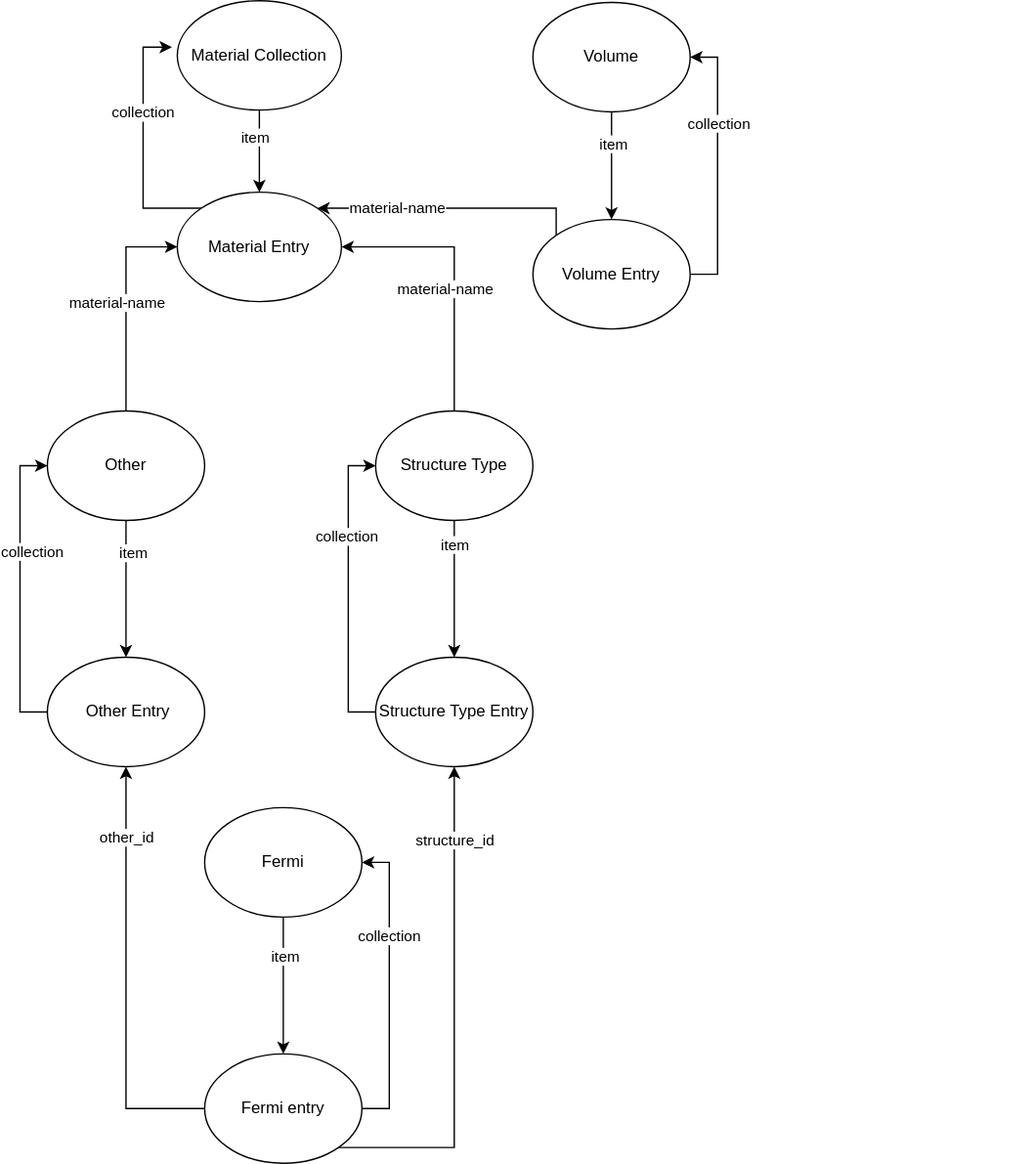
mbagheri20/PWP keeps this draw.io diagram as dl3diagram.svg. Above is the earlier version. Source tidied: cells renumbered, new cells last; positions are measured from the earlier drawing's top-left corner, leaving out a move shared by most shapes. Its diagram source:
```xml
<mxGraphModel>
  <root>
    <mxCell id="0" />
    <mxCell id="1" parent="0" />
    <mxCell id="2" style="group;" parent="1" vertex="1">
      <mxGeometry x="470" y="220" width="250" height="240" as="geometry" />
    </mxCell>
    <mxCell id="3" style="edgeStyle=orthogonalEdgeStyle;rounded=0;jettySize=auto;html=1;exitX=0;exitY=0;exitDx=0;exitDy=0;entryX=-0.033;entryY=0.425;entryDx=0;entryDy=0;entryPerimeter=0;" parent="1" edge="1" source="5" target="8">
      <mxGeometry relative="1" as="geometry">
        <Array as="points">
          <mxPoint x="70" y="152" />
          <mxPoint x="70" y="34" />
        </Array>
      </mxGeometry>
    </mxCell>
    <mxCell id="4" value="collection" style="edgeLabel;html=1;align=center;verticalAlign=middle;" parent="3" vertex="1">
      <mxGeometry x="0.25" y="1" relative="1" as="geometry" />
    </mxCell>
    <mxCell id="5" value="Material Entry" style="ellipse;whiteSpace=wrap;html=1;" parent="1" vertex="1">
      <mxGeometry x="95" y="140" width="120" height="80" as="geometry" />
    </mxCell>
    <mxCell id="6" style="edgeStyle=orthogonalEdgeStyle;rounded=0;jettySize=auto;html=1;exitX=0.5;exitY=1;exitDx=0;exitDy=0;entryX=0.5;entryY=0;entryDx=0;entryDy=0;" parent="1" edge="1" source="8" target="5">
      <mxGeometry relative="1" as="geometry" />
    </mxCell>
    <mxCell id="7" value="item" style="edgeLabel;html=1;align=center;verticalAlign=middle;" parent="6" vertex="1">
      <mxGeometry x="-0.35" y="-4" relative="1" as="geometry" />
    </mxCell>
    <mxCell id="8" value="Material Collection" style="ellipse;whiteSpace=wrap;html=1;" parent="1" vertex="1">
      <mxGeometry x="95" width="120" height="80" as="geometry" />
    </mxCell>
    <mxCell id="9" style="edgeStyle=orthogonalEdgeStyle;rounded=0;jettySize=auto;html=1;exitX=0.5;exitY=1;exitDx=0;exitDy=0;entryX=0.5;entryY=0;entryDx=0;entryDy=0;" parent="1" edge="1" source="11" target="27">
      <mxGeometry relative="1" as="geometry">
        <Array as="points">
          <mxPoint x="413" y="110" />
        </Array>
      </mxGeometry>
    </mxCell>
    <mxCell id="10" value="item" style="edgeLabel;html=1;align=center;verticalAlign=middle;" parent="9" vertex="1">
      <mxGeometry x="-0.41" y="1" relative="1" as="geometry" />
    </mxCell>
    <mxCell id="11" value="Volume&lt;span style=&quot;color: rgba(0 , 0 , 0 , 0) ; font-family: monospace ; font-size: 0px&quot;&gt;%3CmxGraphModel%3E%3Croot%3E%3CmxCell%20id%3D%220%22%2F%3E%3CmxCell%20id%3D%221%22%20parent%3D%220%22%2F%3E%3CmxCell%20id%3D%222%22%20value%3D%22Material%22%20style%3D%22ellipse%3BwhiteSpace%3Dwrap%3Bhtml%3D1%3B%22%20vertex%3D%221%22%20parent%3D%221%22%3E%3CmxGeometry%20x%3D%22375%22%20y%3D%22670%22%20width%3D%22120%22%20height%3D%2280%22%20as%3D%22geometry%22%2F%3E%3C%2FmxCell%3E%3C%2Froot%3E%3C%2FmxGraphModel%3E&lt;/span&gt;" style="ellipse;whiteSpace=wrap;html=1;" parent="1" vertex="1">
      <mxGeometry x="355" y="1.3" width="115" height="80" as="geometry" />
    </mxCell>
    <mxCell id="12" style="edgeStyle=orthogonalEdgeStyle;rounded=0;jettySize=auto;html=1;exitX=0.5;exitY=1;exitDx=0;exitDy=0;entryX=0.5;entryY=0;entryDx=0;entryDy=0;" parent="1" edge="1" source="14" target="36">
      <mxGeometry relative="1" as="geometry" />
    </mxCell>
    <mxCell id="13" value="&lt;div&gt;item&lt;/div&gt;" style="edgeLabel;html=1;align=center;verticalAlign=middle;" parent="12" vertex="1">
      <mxGeometry x="-0.45" y="1" relative="1" as="geometry" />
    </mxCell>
    <mxCell id="14" value="Fermi" style="ellipse;whiteSpace=wrap;html=1;" parent="1" vertex="1">
      <mxGeometry x="115" y="590" width="115" height="80" as="geometry" />
    </mxCell>
    <mxCell id="15" style="edgeStyle=orthogonalEdgeStyle;rounded=0;jettySize=auto;html=1;exitX=0.5;exitY=1;exitDx=0;exitDy=0;entryX=0.5;entryY=0;entryDx=0;entryDy=0;" parent="1" edge="1" source="18" target="29">
      <mxGeometry relative="1" as="geometry" />
    </mxCell>
    <mxCell id="16" value="item" style="edgeLabel;html=1;align=center;verticalAlign=middle;" parent="15" vertex="1">
      <mxGeometry x="-0.55" y="5" relative="1" as="geometry" />
    </mxCell>
    <mxCell id="17" style="edgeStyle=orthogonalEdgeStyle;rounded=0;jettySize=auto;html=1;exitX=0.5;exitY=0;exitDx=0;exitDy=0;entryX=0;entryY=0.5;entryDx=0;entryDy=0;" parent="1" edge="1" source="18" target="5">
      <mxGeometry relative="1" as="geometry" />
    </mxCell>
    <mxCell id="18" value="Other" style="ellipse;whiteSpace=wrap;html=1;" parent="1" vertex="1">
      <mxGeometry y="300" width="115" height="80" as="geometry" />
    </mxCell>
    <mxCell id="19" style="edgeStyle=orthogonalEdgeStyle;rounded=0;jettySize=auto;html=1;exitX=0.5;exitY=1;exitDx=0;exitDy=0;entryX=0.5;entryY=0;entryDx=0;entryDy=0;" parent="1" edge="1" source="22" target="39">
      <mxGeometry relative="1" as="geometry" />
    </mxCell>
    <mxCell id="20" value="item" style="edgeLabel;html=1;align=center;verticalAlign=middle;" parent="19" vertex="1">
      <mxGeometry x="-0.66" relative="1" as="geometry" />
    </mxCell>
    <mxCell id="21" style="edgeStyle=orthogonalEdgeStyle;rounded=0;jettySize=auto;html=1;exitX=0.5;exitY=0;exitDx=0;exitDy=0;entryX=1;entryY=0.5;entryDx=0;entryDy=0;" parent="1" edge="1" source="22" target="5">
      <mxGeometry relative="1" as="geometry" />
    </mxCell>
    <mxCell id="22" value="Structure Type" style="ellipse;whiteSpace=wrap;html=1;" parent="1" vertex="1">
      <mxGeometry x="240" y="300" width="115" height="80" as="geometry" />
    </mxCell>
    <mxCell id="23" style="edgeStyle=orthogonalEdgeStyle;rounded=0;jettySize=auto;html=1;exitX=1;exitY=0.5;exitDx=0;exitDy=0;entryX=1;entryY=0.5;entryDx=0;entryDy=0;" parent="1" edge="1" source="27" target="11">
      <mxGeometry relative="1" as="geometry" />
    </mxCell>
    <mxCell id="24" value="collection" style="edgeLabel;html=1;align=center;verticalAlign=middle;" parent="23" vertex="1">
      <mxGeometry x="0.32" relative="1" as="geometry" />
    </mxCell>
    <mxCell id="25" style="edgeStyle=orthogonalEdgeStyle;rounded=0;jettySize=auto;html=1;exitX=0;exitY=0;exitDx=0;exitDy=0;entryX=1;entryY=0;entryDx=0;entryDy=0;" parent="1" edge="1" source="27" target="5">
      <mxGeometry relative="1" as="geometry">
        <Array as="points">
          <mxPoint x="372" y="152" />
        </Array>
      </mxGeometry>
    </mxCell>
    <mxCell id="26" value="material-name" style="edgeLabel;html=1;align=center;verticalAlign=middle;" parent="25" vertex="1">
      <mxGeometry x="0.4" relative="1" as="geometry" />
    </mxCell>
    <mxCell id="27" value="Volume Entry&lt;span style=&quot;color: rgba(0 , 0 , 0 , 0) ; font-family: monospace ; font-size: 0px&quot;&gt;%3CmxGraphModel%3E%3Croot%3E%3CmxCell%20id%3D%220%22%2F%3E%3CmxCell%20id%3D%221%22%20parent%3D%220%22%2F%3E%3CmxCell%20id%3D%222%22%20value%3D%22Material%22%20style%3D%22ellipse%3BwhiteSpace%3Dwrap%3Bhtml%3D1%3B%22%20vertex%3D%221%22%20parent%3D%221%22%3E%3CmxGeometry%20x%3D%22375%22%20y%3D%22670%22%20width%3D%22120%22%20height%3D%2280%22%20as%3D%22geometry%22%2F%3E%3C%2FmxCell%3E%3C%2Froot%3E%3C%2FmxGraphModel%3E&lt;/span&gt;" style="ellipse;whiteSpace=wrap;html=1;" parent="1" vertex="1">
      <mxGeometry x="355" y="160" width="115" height="80" as="geometry" />
    </mxCell>
    <mxCell id="28" style="edgeStyle=orthogonalEdgeStyle;rounded=0;jettySize=auto;html=1;exitX=0;exitY=0.5;exitDx=0;exitDy=0;entryX=0;entryY=0.5;entryDx=0;entryDy=0;" parent="1" edge="1" source="29" target="18">
      <mxGeometry relative="1" as="geometry" />
    </mxCell>
    <mxCell id="29" value="&amp;nbsp;Other Entry" style="ellipse;whiteSpace=wrap;html=1;" parent="1" vertex="1">
      <mxGeometry y="480" width="115" height="80" as="geometry" />
    </mxCell>
    <mxCell id="30" style="edgeStyle=orthogonalEdgeStyle;rounded=0;jettySize=auto;html=1;exitX=1;exitY=0.5;exitDx=0;exitDy=0;entryX=1;entryY=0.5;entryDx=0;entryDy=0;" parent="1" edge="1" source="36" target="14">
      <mxGeometry relative="1" as="geometry" />
    </mxCell>
    <mxCell id="31" value="collection" style="edgeLabel;html=1;align=center;verticalAlign=middle;" parent="30" vertex="1">
      <mxGeometry x="0.34" y="1" relative="1" as="geometry" />
    </mxCell>
    <mxCell id="32" style="edgeStyle=orthogonalEdgeStyle;rounded=0;jettySize=auto;html=1;exitX=1;exitY=1;exitDx=0;exitDy=0;entryX=0.5;entryY=1;entryDx=0;entryDy=0;" parent="1" edge="1" source="36" target="39">
      <mxGeometry relative="1" as="geometry" />
    </mxCell>
    <mxCell id="33" value="structure_id" style="edgeLabel;html=1;align=center;verticalAlign=middle;" parent="32" vertex="1">
      <mxGeometry x="0.7" relative="1" as="geometry" />
    </mxCell>
    <mxCell id="34" style="edgeStyle=orthogonalEdgeStyle;rounded=0;jettySize=auto;html=1;exitX=0;exitY=0.5;exitDx=0;exitDy=0;entryX=0.5;entryY=1;entryDx=0;entryDy=0;" parent="1" edge="1" source="36" target="29">
      <mxGeometry relative="1" as="geometry" />
    </mxCell>
    <mxCell id="35" value="other_id" style="edgeLabel;html=1;align=center;verticalAlign=middle;" parent="34" vertex="1">
      <mxGeometry x="0.67" y="1" relative="1" as="geometry">
        <mxPoint x="1" y="1" as="offset" />
      </mxGeometry>
    </mxCell>
    <mxCell id="36" value="Fermi entry" style="ellipse;whiteSpace=wrap;html=1;" parent="1" vertex="1">
      <mxGeometry x="115" y="770" width="115" height="80" as="geometry" />
    </mxCell>
    <mxCell id="37" style="edgeStyle=orthogonalEdgeStyle;rounded=0;jettySize=auto;html=1;exitX=0;exitY=0.5;exitDx=0;exitDy=0;entryX=0;entryY=0.5;entryDx=0;entryDy=0;" parent="1" edge="1" source="39" target="22">
      <mxGeometry relative="1" as="geometry" />
    </mxCell>
    <mxCell id="38" value="collection" style="edgeLabel;html=1;align=center;verticalAlign=middle;" parent="37" vertex="1">
      <mxGeometry x="0.35" y="2" relative="1" as="geometry" />
    </mxCell>
    <mxCell id="39" value="Structure Type Entry" style="ellipse;whiteSpace=wrap;html=1;" parent="1" vertex="1">
      <mxGeometry x="240" y="480" width="115" height="80" as="geometry" />
    </mxCell>
    <mxCell id="40" value="collection" style="edgeLabel;html=1;align=center;verticalAlign=middle;" parent="1" vertex="1">
      <mxGeometry x="69" y="81.3" as="geometry">
        <mxPoint x="-81" y="321" as="offset" />
      </mxGeometry>
    </mxCell>
    <mxCell id="41" value="material-name" style="edgeLabel;html=1;align=center;verticalAlign=middle;" parent="1" vertex="1">
      <mxGeometry x="290" y="210" as="geometry" />
    </mxCell>
    <mxCell id="42" value="material-name" style="edgeLabel;html=1;align=center;verticalAlign=middle;" parent="1" vertex="1">
      <mxGeometry x="50" y="220" as="geometry" />
    </mxCell>
  </root>
</mxGraphModel>
```
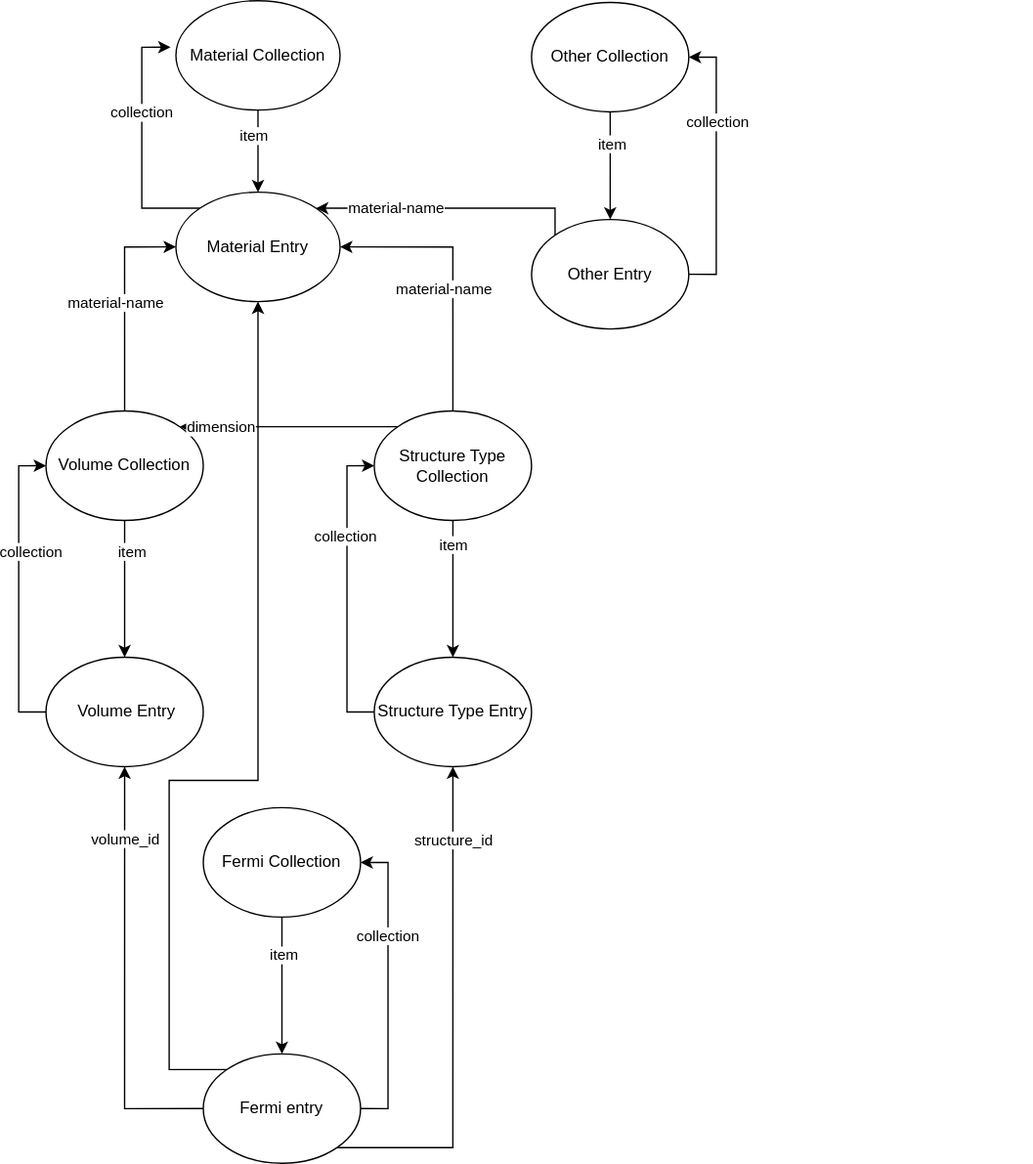
Later version of the same file.

The edit, as a diff of the source:
```diff
@@ -38,7 +38,7 @@
     <mxCell id="10" value="item" style="edgeLabel;html=1;align=center;verticalAlign=middle;" parent="9" vertex="1">
       <mxGeometry x="-0.41" y="1" relative="1" as="geometry" />
     </mxCell>
-    <mxCell id="11" value="Volume&lt;span style=&quot;color: rgba(0 , 0 , 0 , 0) ; font-family: monospace ; font-size: 0px&quot;&gt;%3CmxGraphModel%3E%3Croot%3E%3CmxCell%20id%3D%220%22%2F%3E%3CmxCell%20id%3D%221%22%20parent%3D%220%22%2F%3E%3CmxCell%20id%3D%222%22%20value%3D%22Material%22%20style%3D%22ellipse%3BwhiteSpace%3Dwrap%3Bhtml%3D1%3B%22%20vertex%3D%221%22%20parent%3D%221%22%3E%3CmxGeometry%20x%3D%22375%22%20y%3D%22670%22%20width%3D%22120%22%20height%3D%2280%22%20as%3D%22geometry%22%2F%3E%3C%2FmxCell%3E%3C%2Froot%3E%3C%2FmxGraphModel%3E&lt;/span&gt;" style="ellipse;whiteSpace=wrap;html=1;" parent="1" vertex="1">
+    <mxCell id="11" value="Other Collection" style="ellipse;whiteSpace=wrap;html=1;" parent="1" vertex="1">
       <mxGeometry x="355" y="1.3" width="115" height="80" as="geometry" />
     </mxCell>
     <mxCell id="12" style="edgeStyle=orthogonalEdgeStyle;rounded=0;jettySize=auto;html=1;exitX=0.5;exitY=1;exitDx=0;exitDy=0;entryX=0.5;entryY=0;entryDx=0;entryDy=0;" parent="1" edge="1" source="14" target="36">
@@ -47,7 +47,7 @@
     <mxCell id="13" value="&lt;div&gt;item&lt;/div&gt;" style="edgeLabel;html=1;align=center;verticalAlign=middle;" parent="12" vertex="1">
       <mxGeometry x="-0.45" y="1" relative="1" as="geometry" />
     </mxCell>
-    <mxCell id="14" value="Fermi" style="ellipse;whiteSpace=wrap;html=1;" parent="1" vertex="1">
+    <mxCell id="14" value="Fermi Collection" style="ellipse;whiteSpace=wrap;html=1;" parent="1" vertex="1">
       <mxGeometry x="115" y="590" width="115" height="80" as="geometry" />
     </mxCell>
     <mxCell id="15" style="edgeStyle=orthogonalEdgeStyle;rounded=0;jettySize=auto;html=1;exitX=0.5;exitY=1;exitDx=0;exitDy=0;entryX=0.5;entryY=0;entryDx=0;entryDy=0;" parent="1" edge="1" source="18" target="29">
@@ -59,7 +59,7 @@
     <mxCell id="17" style="edgeStyle=orthogonalEdgeStyle;rounded=0;jettySize=auto;html=1;exitX=0.5;exitY=0;exitDx=0;exitDy=0;entryX=0;entryY=0.5;entryDx=0;entryDy=0;" parent="1" edge="1" source="18" target="5">
       <mxGeometry relative="1" as="geometry" />
     </mxCell>
-    <mxCell id="18" value="Other" style="ellipse;whiteSpace=wrap;html=1;" parent="1" vertex="1">
+    <mxCell id="18" value="Volume Collection" style="ellipse;whiteSpace=wrap;html=1;" parent="1" vertex="1">
       <mxGeometry y="300" width="115" height="80" as="geometry" />
     </mxCell>
     <mxCell id="19" style="edgeStyle=orthogonalEdgeStyle;rounded=0;jettySize=auto;html=1;exitX=0.5;exitY=1;exitDx=0;exitDy=0;entryX=0.5;entryY=0;entryDx=0;entryDy=0;" parent="1" edge="1" source="22" target="39">
@@ -71,7 +71,13 @@
     <mxCell id="21" style="edgeStyle=orthogonalEdgeStyle;rounded=0;jettySize=auto;html=1;exitX=0.5;exitY=0;exitDx=0;exitDy=0;entryX=1;entryY=0.5;entryDx=0;entryDy=0;" parent="1" edge="1" source="22" target="5">
       <mxGeometry relative="1" as="geometry" />
     </mxCell>
+    <mxCell id="43" style="edgeStyle=orthogonalEdgeStyle;rounded=0;jettySize=auto;html=1;exitX=0;exitY=0;exitDx=0;exitDy=0;entryX=1;entryY=0;entryDx=0;entryDy=0;" parent="1" edge="1" source="22" target="18">
+      <mxGeometry relative="1" as="geometry" />
+    </mxCell>
+    <mxCell id="44" value="dimension" style="edgeLabel;html=1;align=center;verticalAlign=middle;" parent="43" vertex="1">
+      <mxGeometry x="0.62" relative="1" as="geometry" />
+    </mxCell>
-    <mxCell id="22" value="Structure Type" style="ellipse;whiteSpace=wrap;html=1;" parent="1" vertex="1">
+    <mxCell id="22" value="Structure Type Collection" style="ellipse;whiteSpace=wrap;html=1;" parent="1" vertex="1">
       <mxGeometry x="240" y="300" width="115" height="80" as="geometry" />
     </mxCell>
     <mxCell id="23" style="edgeStyle=orthogonalEdgeStyle;rounded=0;jettySize=auto;html=1;exitX=1;exitY=0.5;exitDx=0;exitDy=0;entryX=1;entryY=0.5;entryDx=0;entryDy=0;" parent="1" edge="1" source="27" target="11">
@@ -90,13 +96,13 @@
     <mxCell id="26" value="material-name" style="edgeLabel;html=1;align=center;verticalAlign=middle;" parent="25" vertex="1">
       <mxGeometry x="0.4" relative="1" as="geometry" />
     </mxCell>
-    <mxCell id="27" value="Volume Entry&lt;span style=&quot;color: rgba(0 , 0 , 0 , 0) ; font-family: monospace ; font-size: 0px&quot;&gt;%3CmxGraphModel%3E%3Croot%3E%3CmxCell%20id%3D%220%22%2F%3E%3CmxCell%20id%3D%221%22%20parent%3D%220%22%2F%3E%3CmxCell%20id%3D%222%22%20value%3D%22Material%22%20style%3D%22ellipse%3BwhiteSpace%3Dwrap%3Bhtml%3D1%3B%22%20vertex%3D%221%22%20parent%3D%221%22%3E%3CmxGeometry%20x%3D%22375%22%20y%3D%22670%22%20width%3D%22120%22%20height%3D%2280%22%20as%3D%22geometry%22%2F%3E%3C%2FmxCell%3E%3C%2Froot%3E%3C%2FmxGraphModel%3E&lt;/span&gt;" style="ellipse;whiteSpace=wrap;html=1;" parent="1" vertex="1">
+    <mxCell id="27" value="Other Entry" style="ellipse;whiteSpace=wrap;html=1;" parent="1" vertex="1">
       <mxGeometry x="355" y="160" width="115" height="80" as="geometry" />
     </mxCell>
     <mxCell id="28" style="edgeStyle=orthogonalEdgeStyle;rounded=0;jettySize=auto;html=1;exitX=0;exitY=0.5;exitDx=0;exitDy=0;entryX=0;entryY=0.5;entryDx=0;entryDy=0;" parent="1" edge="1" source="29" target="18">
       <mxGeometry relative="1" as="geometry" />
     </mxCell>
-    <mxCell id="29" value="&amp;nbsp;Other Entry" style="ellipse;whiteSpace=wrap;html=1;" parent="1" vertex="1">
+    <mxCell id="29" value="&amp;nbsp;Volume Entry" style="ellipse;whiteSpace=wrap;html=1;" parent="1" vertex="1">
       <mxGeometry y="480" width="115" height="80" as="geometry" />
     </mxCell>
     <mxCell id="30" style="edgeStyle=orthogonalEdgeStyle;rounded=0;jettySize=auto;html=1;exitX=1;exitY=0.5;exitDx=0;exitDy=0;entryX=1;entryY=0.5;entryDx=0;entryDy=0;" parent="1" edge="1" source="36" target="14">
@@ -114,11 +120,20 @@
     <mxCell id="34" style="edgeStyle=orthogonalEdgeStyle;rounded=0;jettySize=auto;html=1;exitX=0;exitY=0.5;exitDx=0;exitDy=0;entryX=0.5;entryY=1;entryDx=0;entryDy=0;" parent="1" edge="1" source="36" target="29">
       <mxGeometry relative="1" as="geometry" />
     </mxCell>
-    <mxCell id="35" value="other_id" style="edgeLabel;html=1;align=center;verticalAlign=middle;" parent="34" vertex="1">
+    <mxCell id="35" value="volume_id" style="edgeLabel;html=1;align=center;verticalAlign=middle;" parent="34" vertex="1">
       <mxGeometry x="0.67" y="1" relative="1" as="geometry">
         <mxPoint x="1" y="1" as="offset" />
       </mxGeometry>
     </mxCell>
+    <mxCell id="45" style="edgeStyle=orthogonalEdgeStyle;rounded=0;jettySize=auto;html=1;exitX=0;exitY=0;exitDx=0;exitDy=0;entryX=0.5;entryY=1;entryDx=0;entryDy=0;" parent="1" edge="1" source="36" target="5">
+      <mxGeometry relative="1" as="geometry">
+        <Array as="points">
+          <mxPoint x="90" y="782" />
+          <mxPoint x="90" y="570" />
+          <mxPoint x="155" y="570" />
+        </Array>
+      </mxGeometry>
+    </mxCell>
     <mxCell id="36" value="Fermi entry" style="ellipse;whiteSpace=wrap;html=1;" parent="1" vertex="1">
       <mxGeometry x="115" y="770" width="115" height="80" as="geometry" />
     </mxCell>
```
